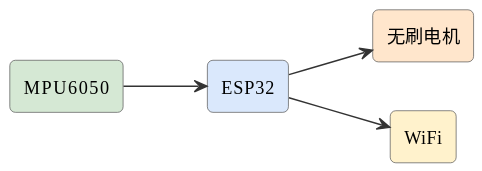
Before: assets/diagrams/ideas-fig88.svg, a diagram exported from PlantUML (mingyi0818/IntelligentMcuCourse).
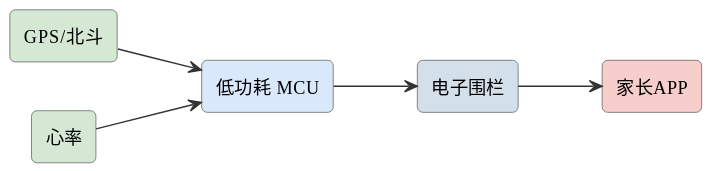
The same file after the commit.

Diff of the diagram source:
```diff
@@ -6,11 +6,13 @@
 skinparam arrowFontSize 11
 skinparam arrowColor #333
 left to right direction
-rectangle "MPU6050" as imu #d5e8d4
-rectangle "ESP32" as esp #dae8fc
-rectangle "无刷电机" as motor #ffe6cc
-rectangle "WiFi" as wifi #fff2cc
-imu --> esp
-esp --> motor
-esp --> wifi
+rectangle "GPS/北斗" as gps #d5e8d4
+rectangle "心率" as hr #d5e8d4
+rectangle "低功耗 MCU" as mcu #dae8fc
+rectangle "电子围栏" as fence #d3e0ea
+rectangle "家长APP" as app #f8cecc
+gps --> mcu
+hr --> mcu
+mcu --> fence
+fence --> app
 @enduml
```
